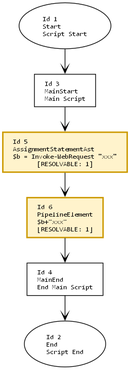
mine41/deob keeps this Graphviz diagram as in/in.png. Above is the earlier version. Its source is kept beside it as in/in.dot.
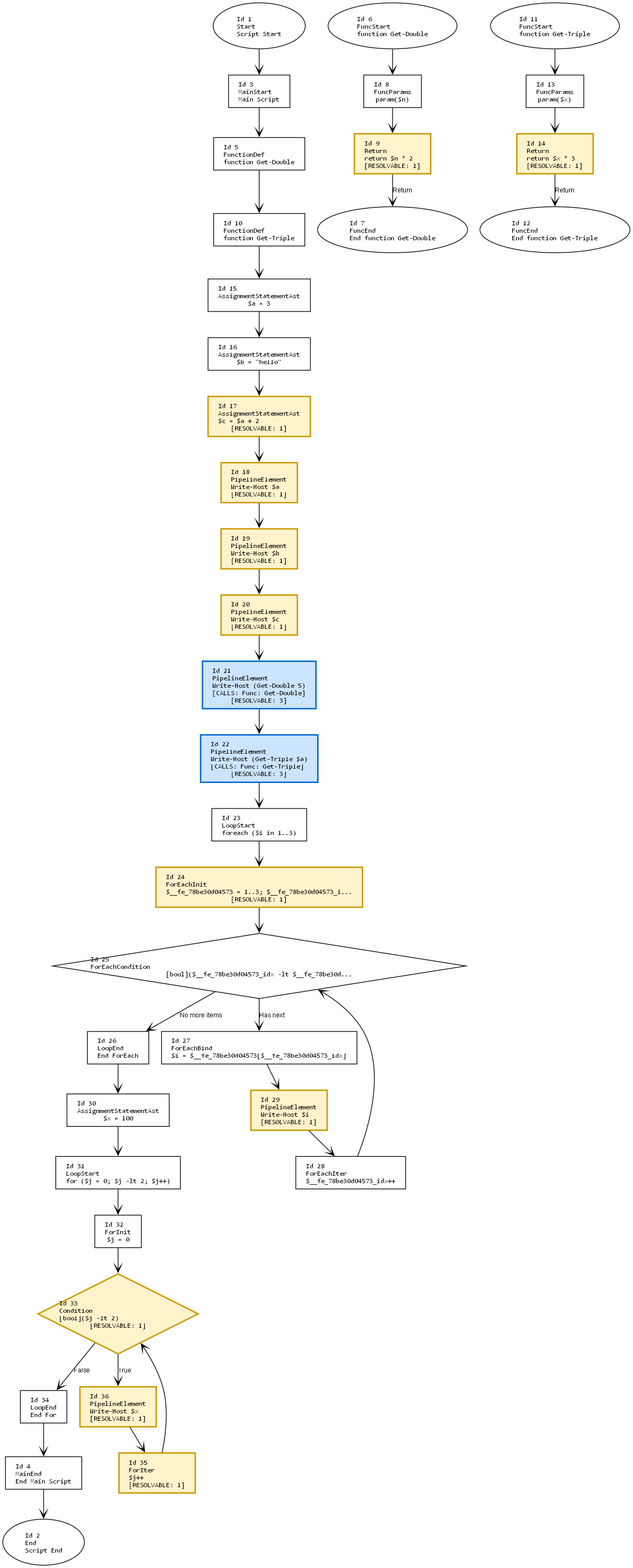
The same diagram one commit later.

Diff of the diagram source:
```diff
@@ -14,12 +14,72 @@
     2 [label="Id 2\lEnd\lScript End", shape=oval];
     3 [label="Id 3\lMainStart\lMain Script", shape=box];
     4 [label="Id 4\lMainEnd\lEnd Main Script", shape=box];
-    5 [label="Id 5\lAssignmentStatementAst\l$b = Invoke-WebRequest \"xxx\"\l[RESOLVABLE: 1]", shape=box, style=filled, fillcolor="#fff3cc", color="#cc9900", penwidth=2];
-    6 [label="Id 6\lPipelineElement\l$b+\"xxx\"\l[RESOLVABLE: 1]", shape=box, style=filled, fillcolor="#fff3cc", color="#cc9900", penwidth=2];
+    5 [label="Id 5\lFunctionDef\lfunction Get-Double", shape=box];
+    6 [label="Id 6\lFuncStart\lfunction Get-Double", shape=oval];
+    7 [label="Id 7\lFuncEnd\lEnd function Get-Double", shape=oval];
+    8 [label="Id 8\lFuncParams\lparam($n)", shape=box];
+    9 [label="Id 9\lReturn\lreturn $n * 2\l[RESOLVABLE: 1]", shape=box, style=filled, fillcolor="#fff3cc", color="#cc9900", penwidth=2];
+    10 [label="Id 10\lFunctionDef\lfunction Get-Triple", shape=box];
+    11 [label="Id 11\lFuncStart\lfunction Get-Triple", shape=oval];
+    12 [label="Id 12\lFuncEnd\lEnd function Get-Triple", shape=oval];
+    13 [label="Id 13\lFuncParams\lparam($x)", shape=box];
+    14 [label="Id 14\lReturn\lreturn $x * 3\l[RESOLVABLE: 1]", shape=box, style=filled, fillcolor="#fff3cc", color="#cc9900", penwidth=2];
+    15 [label="Id 15\lAssignmentStatementAst\l$a = 3", shape=box];
+    16 [label="Id 16\lAssignmentStatementAst\l$b = \"hello\"", shape=box];
+    17 [label="Id 17\lAssignmentStatementAst\l$c = $a + 2\l[RESOLVABLE: 1]", shape=box, style=filled, fillcolor="#fff3cc", color="#cc9900", penwidth=2];
+    18 [label="Id 18\lPipelineElement\lWrite-Host $a\l[RESOLVABLE: 1]", shape=box, style=filled, fillcolor="#fff3cc", color="#cc9900", penwidth=2];
+    19 [label="Id 19\lPipelineElement\lWrite-Host $b\l[RESOLVABLE: 1]", shape=box, style=filled, fillcolor="#fff3cc", color="#cc9900", penwidth=2];
+    20 [label="Id 20\lPipelineElement\lWrite-Host $c\l[RESOLVABLE: 1]", shape=box, style=filled, fillcolor="#fff3cc", color="#cc9900", penwidth=2];
+    21 [label="Id 21\lPipelineElement\lWrite-Host (Get-Double 5)\l[CALLS: Func: Get-Double]\l[RESOLVABLE: 3]", shape=box, style=filled, fillcolor="#cce5ff", color="#0066cc", penwidth=2];
+    22 [label="Id 22\lPipelineElement\lWrite-Host (Get-Triple $a)\l[CALLS: Func: Get-Triple]\l[RESOLVABLE: 3]", shape=box, style=filled, fillcolor="#cce5ff", color="#0066cc", penwidth=2];
+    23 [label="Id 23\lLoopStart\lforeach ($i in 1..3)", shape=box];
+    24 [label="Id 24\lForEachInit\l$__fe_78be30d04573 = 1..3; $__fe_78be30d04573_i...\l[RESOLVABLE: 1]", shape=box, style=filled, fillcolor="#fff3cc", color="#cc9900", penwidth=2];
+    25 [label="Id 25\lForEachCondition\l[bool]($__fe_78be30d04573_idx -lt $__fe_78be30d...", shape=diamond];
+    26 [label="Id 26\lLoopEnd\lEnd ForEach", shape=box];
+    27 [label="Id 27\lForEachBind\l$i = $__fe_78be30d04573[$__fe_78be30d04573_idx]", shape=box];
+    28 [label="Id 28\lForEachIter\l$__fe_78be30d04573_idx++", shape=box];
+    29 [label="Id 29\lPipelineElement\lWrite-Host $i\l[RESOLVABLE: 1]", shape=box, style=filled, fillcolor="#fff3cc", color="#cc9900", penwidth=2];
+    30 [label="Id 30\lAssignmentStatementAst\l$x = 100", shape=box];
+    31 [label="Id 31\lLoopStart\lfor ($j = 0; $j -lt 2; $j++)", shape=box];
+    32 [label="Id 32\lForInit\l$j = 0", shape=box];
+    33 [label="Id 33\lCondition\l[bool]($j -lt 2)\l[RESOLVABLE: 1]", shape=diamond, style=filled, fillcolor="#fff3cc", color="#cc9900", penwidth=2];
+    34 [label="Id 34\lLoopEnd\lEnd For", shape=box];
+    35 [label="Id 35\lForIter\l$j++\l[RESOLVABLE: 1]", shape=box, style=filled, fillcolor="#fff3cc", color="#cc9900", penwidth=2];
+    36 [label="Id 36\lPipelineElement\lWrite-Host $x\l[RESOLVABLE: 1]", shape=box, style=filled, fillcolor="#fff3cc", color="#cc9900", penwidth=2];
 
     1 -> 3;
     3 -> 5;
-    5 -> 6;
-    6 -> 4;
+    6 -> 8;
+    8 -> 9;
+    9 -> 7 [label="Return"];
+    5 -> 10;
+    11 -> 13;
+    13 -> 14;
+    14 -> 12 [label="Return"];
+    10 -> 15;
+    15 -> 16;
+    16 -> 17;
+    17 -> 18;
+    18 -> 19;
+    19 -> 20;
+    20 -> 21;
+    21 -> 22;
+    22 -> 23;
+    23 -> 24;
+    24 -> 25;
+    25 -> 26 [label="No more items"];
+    25 -> 27 [label="Has next"];
+    28 -> 25;
+    27 -> 29;
+    29 -> 28;
+    26 -> 30;
+    30 -> 31;
+    31 -> 32;
+    32 -> 33;
+    33 -> 36 [label="True"];
+    36 -> 35;
+    35 -> 33;
+    33 -> 34 [label="False"];
+    34 -> 4;
     4 -> 2;
 }
```
